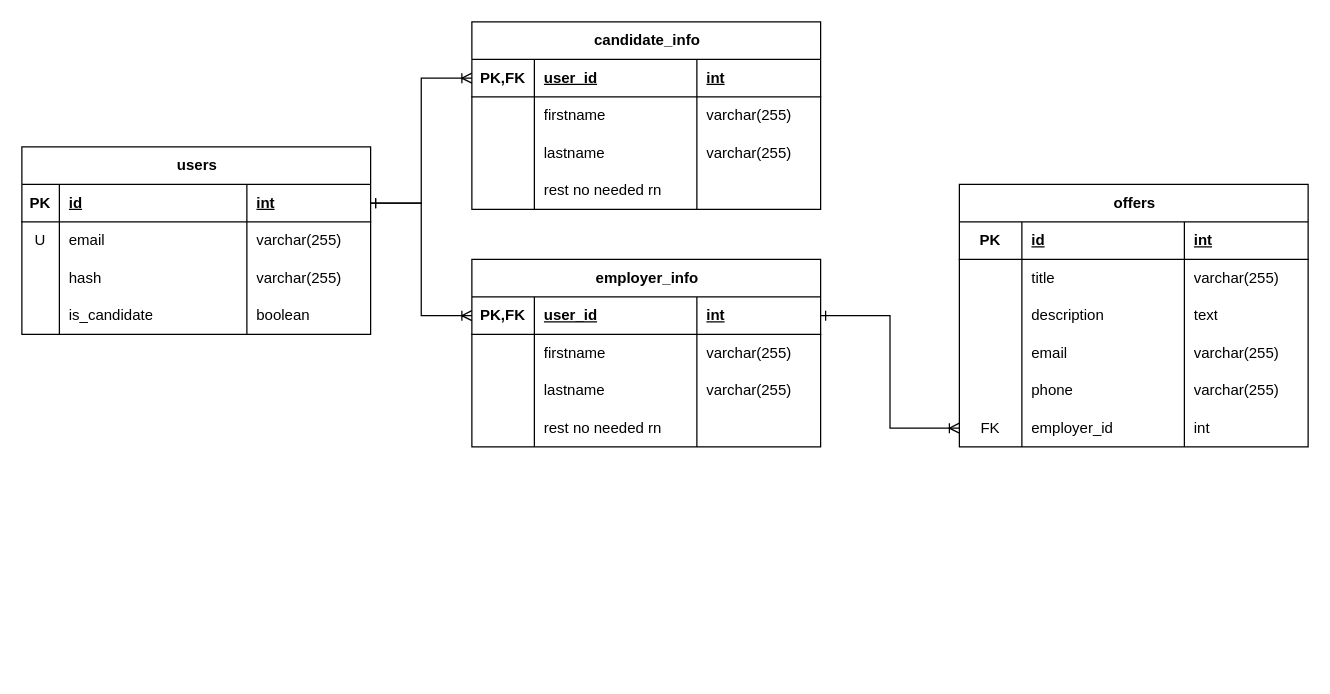
The draw.io diagram plans/bd.drawio in Slumberdac/JobBang, before the edit. Source tidied: cells renumbered, new cells numbered last; positions are measured from the earlier drawing's top-left corner, leaving out a move shared by most shapes. Both pictures are drawn from the tidied source at 125%, with x=0, y=0 at pixel (21, 21).
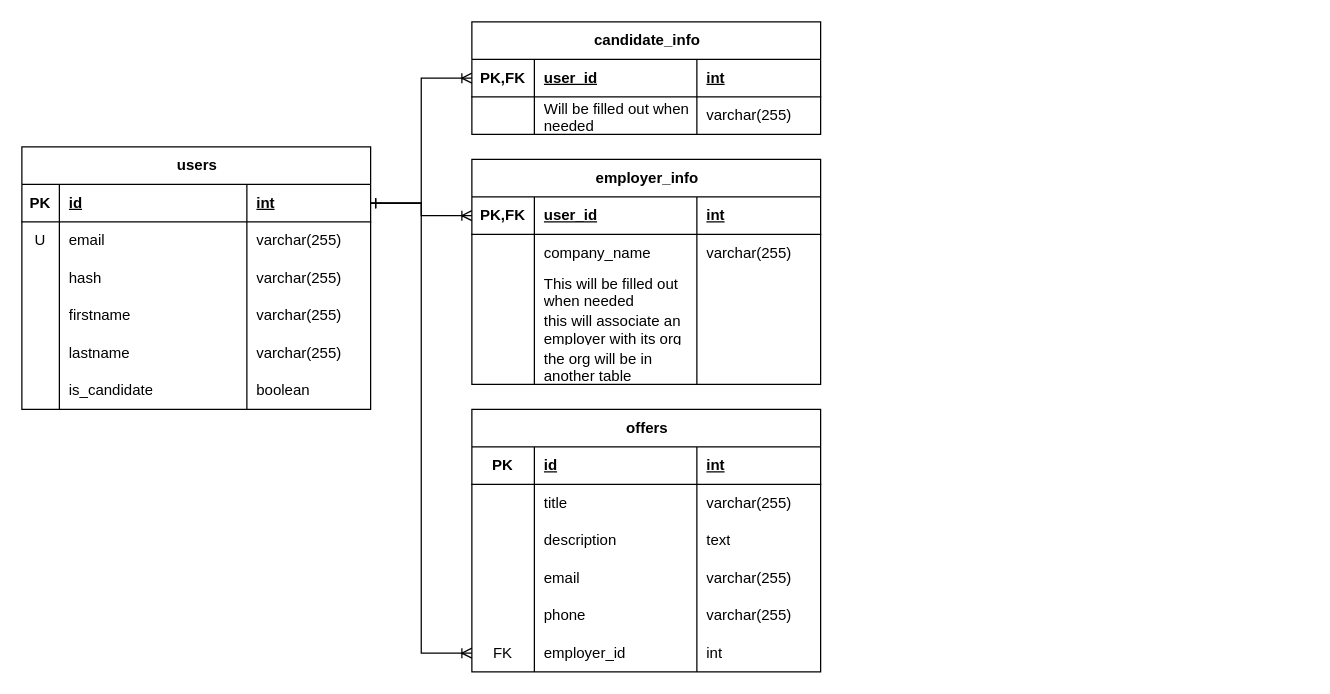
The same page after the edit.

Commit message (it also covers changes not shown here):
Upgraded the bd plan

The change refers to these unchanged cells:
```xml
<mxCell id="3" style="shape=tableRow;horizontal=0;startSize=0;swimlaneHead=0;swimlaneBody=0;fillColor=none;points=[[0,0.5],[1,0.5]];portConstraint=eastwest;top=0;left=0;right=0;bottom=1;" parent="2" vertex="1">
  <mxGeometry y="30" width="279" height="30" as="geometry" />
</mxCell>
<mxCell id="24" style="shape=tableRow;horizontal=0;startSize=0;swimlaneHead=0;swimlaneBody=0;fillColor=none;top=0;left=0;right=0;bottom=0;" parent="19" vertex="1">
  <mxGeometry y="60" width="279" height="30" as="geometry" />
</mxCell>
<mxCell id="37" style="shape=tableRow;horizontal=0;startSize=0;swimlaneHead=0;swimlaneBody=0;fillColor=none;points=[[0,0.5],[1,0.5]];portConstraint=eastwest;top=0;left=0;right=0;bottom=1;" parent="36" vertex="1">
  <mxGeometry y="30" width="279" height="30" as="geometry" />
</mxCell>
<mxCell id="41" style="shape=tableRow;horizontal=0;startSize=0;swimlaneHead=0;swimlaneBody=0;fillColor=none;top=0;left=0;right=0;bottom=0;" parent="36" vertex="1">
  <mxGeometry y="60" width="279" height="30" as="geometry" />
</mxCell>
<mxCell id="74" style="shape=tableRow;horizontal=0;startSize=0;swimlaneHead=0;swimlaneBody=0;fillColor=none;points=[[0,0.5],[1,0.5]];portConstraint=eastwest;top=0;left=0;right=0;bottom=0;" parent="53" vertex="1">
  <mxGeometry y="180" width="279" height="30" as="geometry" />
</mxCell>
```

The edit, as a diff of the source:
```diff
@@
     <mxCell id="2" value="users" style="shape=table;startSize=30;childLayout=tableLayout;rowLines=0;fontStyle=1;align=center;html=1;" parent="1" vertex="1">
-      <mxGeometry y="100" width="279" height="150" as="geometry" />
+      <mxGeometry y="100" width="279" height="210" as="geometry" />
     </mxCell>
@@
+    <mxCell id="81" style="shape=tableRow;horizontal=0;startSize=0;swimlaneHead=0;swimlaneBody=0;fillColor=none;top=0;left=0;right=0;bottom=0;" parent="2" vertex="1">
+      <mxGeometry y="120" width="279" height="30" as="geometry" />
+    </mxCell>
+    <mxCell id="82" style="shape=partialRectangle;fillColor=none;top=0;left=0;bottom=0;right=0;overflow=hidden;whiteSpace=wrap;html=1;" parent="81" vertex="1">
+      <mxGeometry width="30" height="30" as="geometry" />
+    </mxCell>
+    <mxCell id="43" value="firstname" style="shape=partialRectangle;fillColor=none;top=0;left=0;bottom=0;right=0;align=left;spacingLeft=6;overflow=hidden;whiteSpace=wrap;html=1;" parent="81" vertex="1">
+      <mxGeometry x="30" width="150" height="30" as="geometry" />
+    </mxCell>
+    <mxCell id="83" value="varchar(255)" style="shape=partialRectangle;fillColor=none;top=0;left=0;bottom=0;right=0;align=left;spacingLeft=6;overflow=hidden;whiteSpace=wrap;html=1;" parent="81" vertex="1">
+      <mxGeometry x="180" width="99" height="30" as="geometry" />
+    </mxCell>
+    <mxCell id="84" style="shape=tableRow;horizontal=0;startSize=0;swimlaneHead=0;swimlaneBody=0;fillColor=none;top=0;left=0;right=0;bottom=0;" parent="2" vertex="1">
+      <mxGeometry y="150" width="279" height="30" as="geometry" />
+    </mxCell>
+    <mxCell id="85" style="shape=partialRectangle;fillColor=none;top=0;left=0;bottom=0;right=0;overflow=hidden;whiteSpace=wrap;html=1;" parent="84" vertex="1">
+      <mxGeometry width="30" height="30" as="geometry" />
+    </mxCell>
+    <mxCell id="86" value="lastname" style="shape=partialRectangle;fillColor=none;top=0;left=0;bottom=0;right=0;align=left;spacingLeft=6;overflow=hidden;whiteSpace=wrap;html=1;" parent="84" vertex="1">
+      <mxGeometry x="30" width="150" height="30" as="geometry" />
+    </mxCell>
+    <mxCell id="87" value="varchar(255)" style="shape=partialRectangle;fillColor=none;top=0;left=0;bottom=0;right=0;align=left;spacingLeft=6;overflow=hidden;whiteSpace=wrap;html=1;" parent="84" vertex="1">
+      <mxGeometry x="180" width="99" height="30" as="geometry" />
+    </mxCell>
     <mxCell id="15" style="shape=tableRow;horizontal=0;startSize=0;swimlaneHead=0;swimlaneBody=0;fillColor=none;top=0;left=0;right=0;bottom=0;" parent="2" vertex="1">
-      <mxGeometry y="120" width="279" height="30" as="geometry" />
+      <mxGeometry y="180" width="279" height="30" as="geometry" />
     </mxCell>
@@
     <mxCell id="19" value="candidate_info" style="shape=table;startSize=30;childLayout=tableLayout;rowLines=0;fontStyle=1;align=center;html=1;" parent="1" vertex="1">
-      <mxGeometry x="360" width="279" height="150" as="geometry" />
+      <mxGeometry x="360" width="279" height="90" as="geometry" />
     </mxCell>
@@
-    <mxCell id="26" value="firstname" style="shape=partialRectangle;fillColor=none;top=0;left=0;bottom=0;right=0;align=left;spacingLeft=6;overflow=hidden;whiteSpace=wrap;html=1;" parent="24" vertex="1">
+    <mxCell id="26" value="Will be filled out when needed" style="shape=partialRectangle;fillColor=none;top=0;left=0;bottom=0;right=0;align=left;spacingLeft=6;overflow=hidden;whiteSpace=wrap;html=1;" parent="24" vertex="1">
       <mxGeometry x="50" width="130" height="30" as="geometry" />
     </mxCell>
@@
-    <mxCell id="28" style="shape=tableRow;horizontal=0;startSize=0;swimlaneHead=0;swimlaneBody=0;fillColor=none;top=0;left=0;right=0;bottom=0;" parent="19" vertex="1">
-      <mxGeometry y="90" width="279" height="30" as="geometry" />
-    </mxCell>
-    <mxCell id="29" style="shape=partialRectangle;fillColor=none;top=0;left=0;bottom=0;right=0;overflow=hidden;whiteSpace=wrap;html=1;" parent="28" vertex="1">
-      <mxGeometry width="50" height="30" as="geometry" />
-    </mxCell>
-    <mxCell id="30" value="lastname" style="shape=partialRectangle;fillColor=none;top=0;left=0;bottom=0;right=0;align=left;spacingLeft=6;overflow=hidden;whiteSpace=wrap;html=1;" parent="28" vertex="1">
-      <mxGeometry x="50" width="130" height="30" as="geometry" />
-    </mxCell>
-    <mxCell id="31" value="varchar(255)" style="shape=partialRectangle;fillColor=none;top=0;left=0;bottom=0;right=0;align=left;spacingLeft=6;overflow=hidden;whiteSpace=wrap;html=1;" parent="28" vertex="1">
-      <mxGeometry x="180" width="99" height="30" as="geometry" />
-    </mxCell>
-    <mxCell id="32" style="shape=tableRow;horizontal=0;startSize=0;swimlaneHead=0;swimlaneBody=0;fillColor=none;top=0;left=0;right=0;bottom=0;" parent="19" vertex="1">
-      <mxGeometry y="120" width="279" height="30" as="geometry" />
-    </mxCell>
-    <mxCell id="33" style="shape=partialRectangle;fillColor=none;top=0;left=0;bottom=0;right=0;overflow=hidden;whiteSpace=wrap;html=1;" parent="32" vertex="1">
-      <mxGeometry width="50" height="30" as="geometry" />
-    </mxCell>
-    <mxCell id="34" value="rest no needed rn" style="shape=partialRectangle;fillColor=none;top=0;left=0;bottom=0;right=0;align=left;spacingLeft=6;overflow=hidden;whiteSpace=wrap;html=1;" parent="32" vertex="1">
-      <mxGeometry x="50" width="130" height="30" as="geometry" />
-    </mxCell>
-    <mxCell id="35" style="shape=partialRectangle;fillColor=none;top=0;left=0;bottom=0;right=0;align=left;spacingLeft=6;overflow=hidden;whiteSpace=wrap;html=1;" parent="32" vertex="1">
-      <mxGeometry x="180" width="99" height="30" as="geometry" />
-    </mxCell>
     <mxCell id="36" value="employer_info" style="shape=table;startSize=30;childLayout=tableLayout;rowLines=0;fontStyle=1;align=center;html=1;" parent="1" vertex="1">
-      <mxGeometry x="360" y="190" width="279" height="150" as="geometry" />
+      <mxGeometry x="360" y="110" width="279" height="180" as="geometry" />
     </mxCell>
@@
-    <mxCell id="42" style="shape=partialRectangle;fillColor=none;top=0;left=0;bottom=0;right=0;overflow=hidden;whiteSpace=wrap;html=1;" parent="41" vertex="1">
-      <mxGeometry width="50" height="30" as="geometry" />
-    </mxCell>
-    <mxCell id="43" value="firstname" style="shape=partialRectangle;fillColor=none;top=0;left=0;bottom=0;right=0;align=left;spacingLeft=6;overflow=hidden;whiteSpace=wrap;html=1;" parent="41" vertex="1">
-      <mxGeometry x="50" width="130" height="30" as="geometry" />
-    </mxCell>
-    <mxCell id="44" value="varchar(255)" style="shape=partialRectangle;fillColor=none;top=0;left=0;bottom=0;right=0;align=left;spacingLeft=6;overflow=hidden;whiteSpace=wrap;html=1;" parent="41" vertex="1">
-      <mxGeometry x="180" width="99" height="30" as="geometry" />
-    </mxCell>
-    <mxCell id="45" style="shape=tableRow;horizontal=0;startSize=0;swimlaneHead=0;swimlaneBody=0;fillColor=none;top=0;left=0;right=0;bottom=0;" parent="36" vertex="1">
-      <mxGeometry y="90" width="279" height="30" as="geometry" />
-    </mxCell>
-    <mxCell id="46" style="shape=partialRectangle;fillColor=none;top=0;left=0;bottom=0;right=0;overflow=hidden;whiteSpace=wrap;html=1;" parent="45" vertex="1">
-      <mxGeometry width="50" height="30" as="geometry" />
-    </mxCell>
-    <mxCell id="47" value="lastname" style="shape=partialRectangle;fillColor=none;top=0;left=0;bottom=0;right=0;align=left;spacingLeft=6;overflow=hidden;whiteSpace=wrap;html=1;" parent="45" vertex="1">
-      <mxGeometry x="50" width="130" height="30" as="geometry" />
-    </mxCell>
-    <mxCell id="48" value="varchar(255)" style="shape=partialRectangle;fillColor=none;top=0;left=0;bottom=0;right=0;align=left;spacingLeft=6;overflow=hidden;whiteSpace=wrap;html=1;" parent="45" vertex="1">
-      <mxGeometry x="180" width="99" height="30" as="geometry" />
-    </mxCell>
+    <mxCell id="88" style="shape=partialRectangle;fillColor=none;top=0;left=0;bottom=0;right=0;overflow=hidden;whiteSpace=wrap;html=1;" parent="41" vertex="1">
+      <mxGeometry width="50" height="30" as="geometry" />
+    </mxCell>
+    <mxCell id="89" value="company_name" style="shape=partialRectangle;fillColor=none;top=0;left=0;bottom=0;right=0;align=left;spacingLeft=6;overflow=hidden;whiteSpace=wrap;html=1;" parent="41" vertex="1">
+      <mxGeometry x="50" width="130" height="30" as="geometry" />
+    </mxCell>
+    <mxCell id="90" value="varchar(255)" style="shape=partialRectangle;fillColor=none;top=0;left=0;bottom=0;right=0;align=left;spacingLeft=6;overflow=hidden;whiteSpace=wrap;html=1;" parent="41" vertex="1">
+      <mxGeometry x="180" width="99" height="30" as="geometry" />
+    </mxCell>
     <mxCell id="49" style="shape=tableRow;horizontal=0;startSize=0;swimlaneHead=0;swimlaneBody=0;fillColor=none;top=0;left=0;right=0;bottom=0;" parent="36" vertex="1">
-      <mxGeometry y="120" width="279" height="30" as="geometry" />
+      <mxGeometry y="90" width="279" height="30" as="geometry" />
     </mxCell>
@@
-    <mxCell id="51" value="rest no needed rn" style="shape=partialRectangle;fillColor=none;top=0;left=0;bottom=0;right=0;align=left;spacingLeft=6;overflow=hidden;whiteSpace=wrap;html=1;" parent="49" vertex="1">
+    <mxCell id="51" value="This will be filled out when needed" style="shape=partialRectangle;fillColor=none;top=0;left=0;bottom=0;right=0;align=left;spacingLeft=6;overflow=hidden;whiteSpace=wrap;html=1;" parent="49" vertex="1">
       <mxGeometry x="50" width="130" height="30" as="geometry" />
     </mxCell>
@@
+    <mxCell id="91" style="shape=tableRow;horizontal=0;startSize=0;swimlaneHead=0;swimlaneBody=0;fillColor=none;top=0;left=0;right=0;bottom=0;" parent="36" vertex="1">
+      <mxGeometry y="120" width="279" height="30" as="geometry" />
+    </mxCell>
+    <mxCell id="92" style="shape=partialRectangle;fillColor=none;top=0;left=0;bottom=0;right=0;overflow=hidden;whiteSpace=wrap;html=1;" parent="91" vertex="1">
+      <mxGeometry width="50" height="30" as="geometry" />
+    </mxCell>
+    <mxCell id="93" value="this will associate an employer with its org" style="shape=partialRectangle;fillColor=none;top=0;left=0;bottom=0;right=0;align=left;spacingLeft=6;overflow=hidden;whiteSpace=wrap;html=1;" parent="91" vertex="1">
+      <mxGeometry x="50" width="130" height="30" as="geometry" />
+    </mxCell>
+    <mxCell id="94" style="shape=partialRectangle;fillColor=none;top=0;left=0;bottom=0;right=0;align=left;spacingLeft=6;overflow=hidden;whiteSpace=wrap;html=1;" parent="91" vertex="1">
+      <mxGeometry x="180" width="99" height="30" as="geometry" />
+    </mxCell>
+    <mxCell id="95" style="shape=tableRow;horizontal=0;startSize=0;swimlaneHead=0;swimlaneBody=0;fillColor=none;top=0;left=0;right=0;bottom=0;" parent="36" vertex="1">
+      <mxGeometry y="150" width="279" height="30" as="geometry" />
+    </mxCell>
+    <mxCell id="96" style="shape=partialRectangle;fillColor=none;top=0;left=0;bottom=0;right=0;overflow=hidden;whiteSpace=wrap;html=1;" parent="95" vertex="1">
+      <mxGeometry width="50" height="30" as="geometry" />
+    </mxCell>
+    <mxCell id="97" value="the org will be in another table" style="shape=partialRectangle;fillColor=none;top=0;left=0;bottom=0;right=0;align=left;spacingLeft=6;overflow=hidden;whiteSpace=wrap;html=1;" parent="95" vertex="1">
+      <mxGeometry x="50" width="130" height="30" as="geometry" />
+    </mxCell>
+    <mxCell id="98" style="shape=partialRectangle;fillColor=none;top=0;left=0;bottom=0;right=0;align=left;spacingLeft=6;overflow=hidden;whiteSpace=wrap;html=1;" parent="95" vertex="1">
+      <mxGeometry x="180" width="99" height="30" as="geometry" />
+    </mxCell>
     <mxCell id="53" value="offers" style="shape=table;startSize=30;childLayout=tableLayout;rowLines=0;fontStyle=1;align=center;html=1;" parent="1" vertex="1">
-      <mxGeometry x="750" y="130" width="279" height="210" as="geometry" />
+      <mxGeometry x="360" y="310" width="279" height="210" as="geometry" />
     </mxCell>
@@
-    <mxCell id="80" style="edgeStyle=orthogonalEdgeStyle;shape=connector;rounded=0;jettySize=auto;html=1;exitX=1;exitY=0.5;exitDx=0;exitDy=0;labelBackgroundColor=default;strokeColor=default;fontFamily=Helvetica;fontSize=11;fontColor=default;startArrow=ERone;startFill=0;endArrow=ERoneToMany;endFill=0;" parent="1" edge="1" source="37" target="74">
-      <mxGeometry relative="1" as="geometry" />
-    </mxCell>
+    <mxCell id="99" style="edgeStyle=orthogonalEdgeStyle;shape=connector;rounded=0;jettySize=auto;html=1;exitX=1;exitY=0.5;exitDx=0;exitDy=0;labelBackgroundColor=default;strokeColor=default;fontFamily=Helvetica;fontSize=11;fontColor=default;startArrow=ERone;startFill=0;endArrow=ERoneToMany;endFill=0;" parent="1" edge="1" source="3" target="74">
+      <mxGeometry relative="1" as="geometry" />
+    </mxCell>
```
